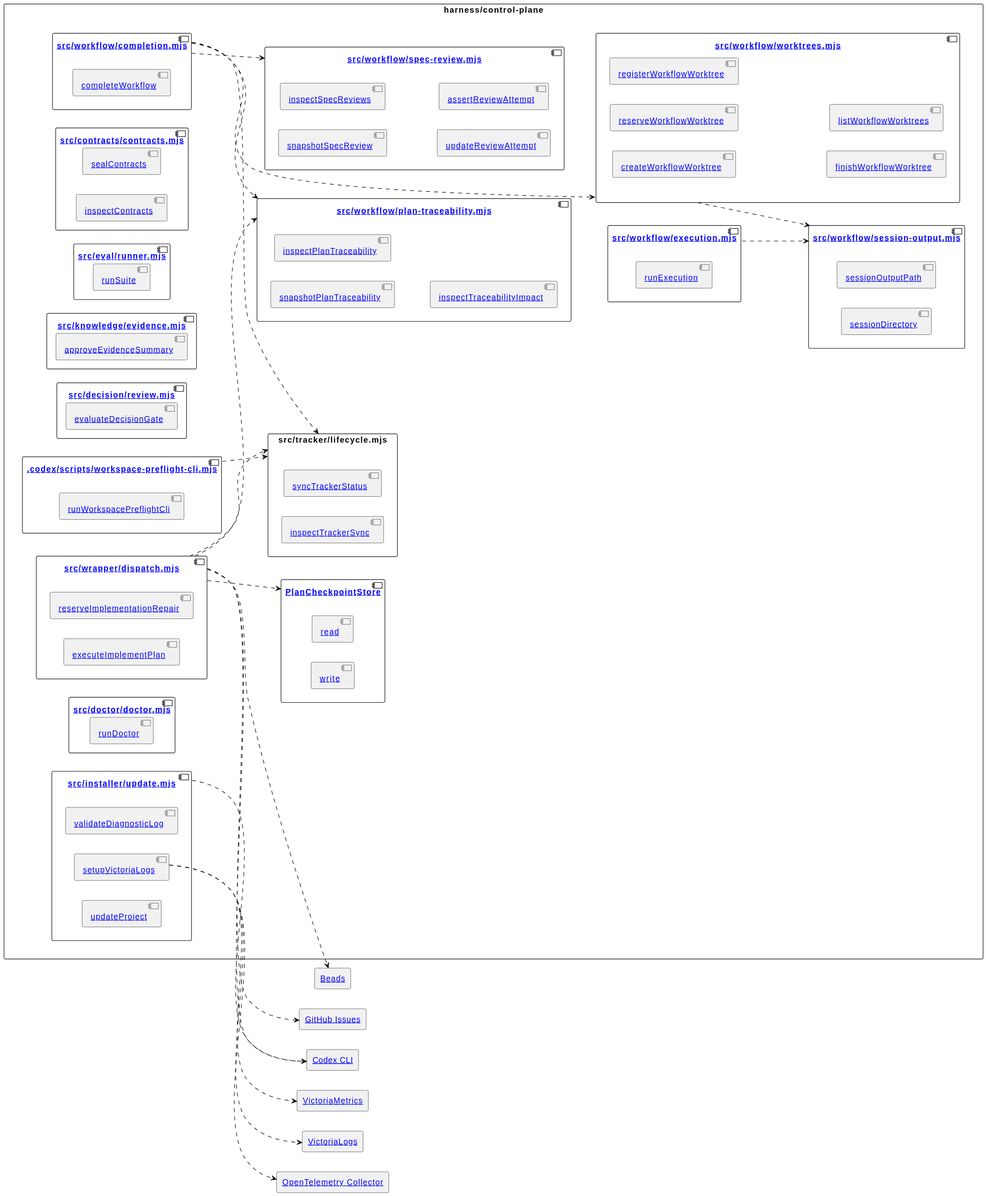
omegafrog/harness-codex keeps this PlantUML diagram as docs/contracts/diagrams/ddd.svg. Above is the earlier version.
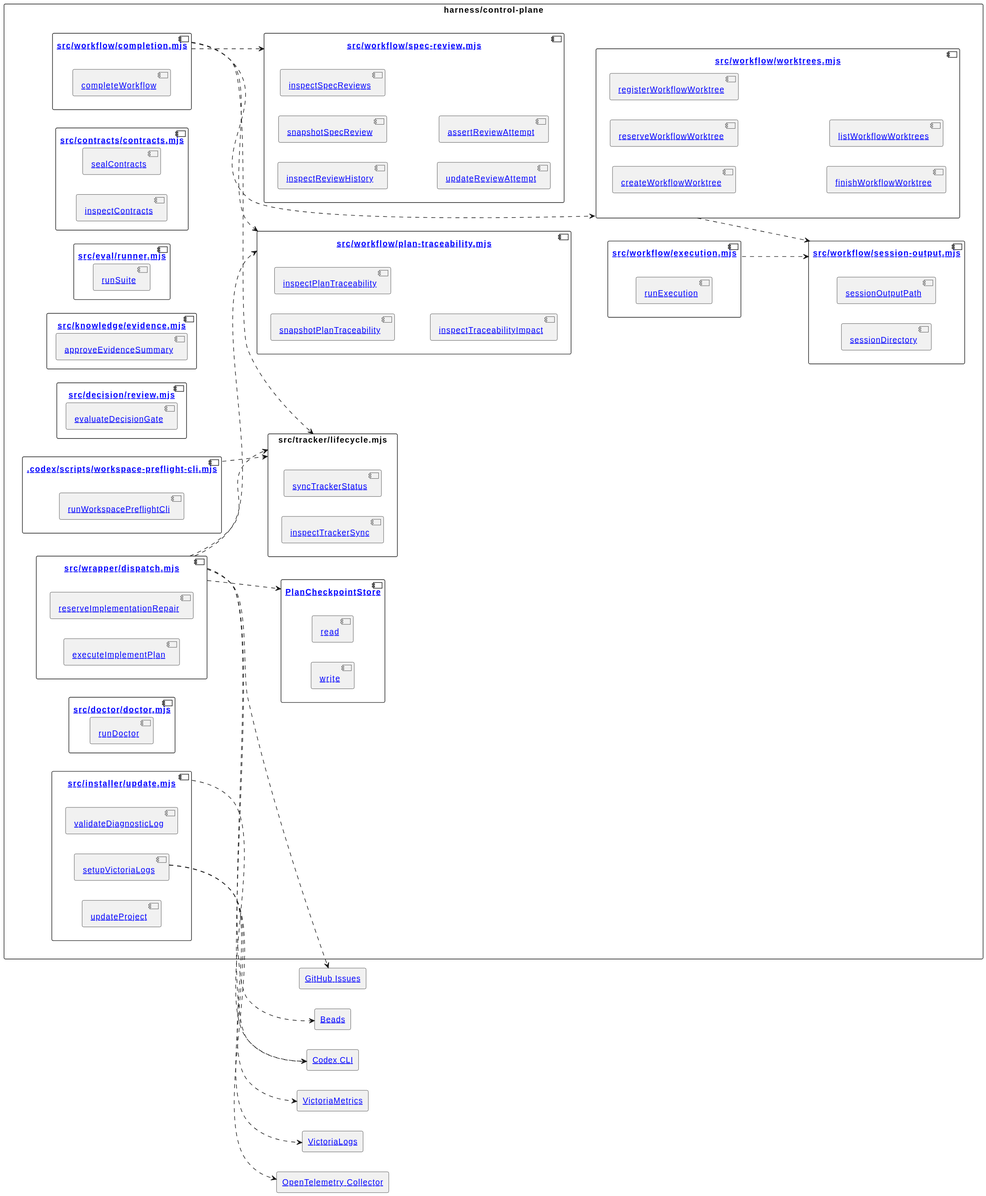
After the change.

What changed in the source:
```diff
@@ -47,6 +47,7 @@
     component "[[../architecture.md#complete-workflow-method completeWorkflow]]" as completeWorkflow
   }
   component "[[../architecture.md#spec-review-service src/workflow/spec-review.mjs]]" as specReview {
+    component "[[../architecture.md#inspect-review-history-method inspectReviewHistory]]" as inspectReviewHistory
     component "[[../architecture.md#snapshot-spec-review-method snapshotSpecReview]]" as snapshotSpecReview
     component "[[../architecture.md#inspect-spec-reviews-method inspectSpecReviews]]" as inspectSpecReviews
     component "[[../architecture.md#update-review-attempt-method updateReviewAttempt]]" as updateReviewAttempt
```
